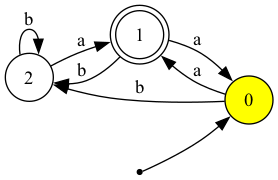
This is PNGFiles/instance_0.png from lakshsidhu04/FSA-Vizualizah, a Graphviz export, as it was before one commit. Its source is kept beside it as DOTFiles/instance_0.dot. The source it was exported from:
```dot
digraph DFA {
 rankdir=LR;
 node [shape=circle];
 size="8,5";
 overlap=false;
 splines=true;
 2;
 1 [shape=doublecircle];
 0 [style=filled, fillcolor=yellow];
 init [shape=point];
 init -> 0;
 2 -> 2 [label="b"];
 2 -> 1 [label="a"];
 1 -> 2 [label="b"];
 1 -> 0 [label="a"];
 0 -> 2 [label="b"];
 0 -> 1 [label="a"];
}
```
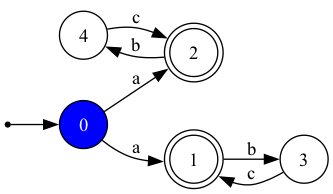
The same diagram one commit later.

The edit, as a diff of the source:
```diff
@@ -1,18 +1,20 @@
-digraph DFA {
+digraph NFA {
  rankdir=LR;
  node [shape=circle];
  size="8,5";
  overlap=false;
  splines=true;
- 2;
+ 4;
+ 3;
+ 2 [shape=doublecircle];
  1 [shape=doublecircle];
- 0 [style=filled, fillcolor=yellow];
- init [shape=point];
- init -> 0;
- 2 -> 2 [label="b"];
- 2 -> 1 [label="a"];
- 1 -> 2 [label="b"];
- 1 -> 0 [label="a"];
- 0 -> 2 [label="b"];
- 0 -> 1 [label="a"];
+ 0 [style=filled, fillcolor=blue, fontcolor=white];
+  init [shape=point];
+  init -> 0;
+  4 -> 2 [label="c"];
+  3 -> 1 [label="c"];
+  2 -> 4 [label="b"];
+  1 -> 3 [label="b"];
+  0 -> 2 [label="a"];
+  0 -> 1 [label="a"];
 }
```
